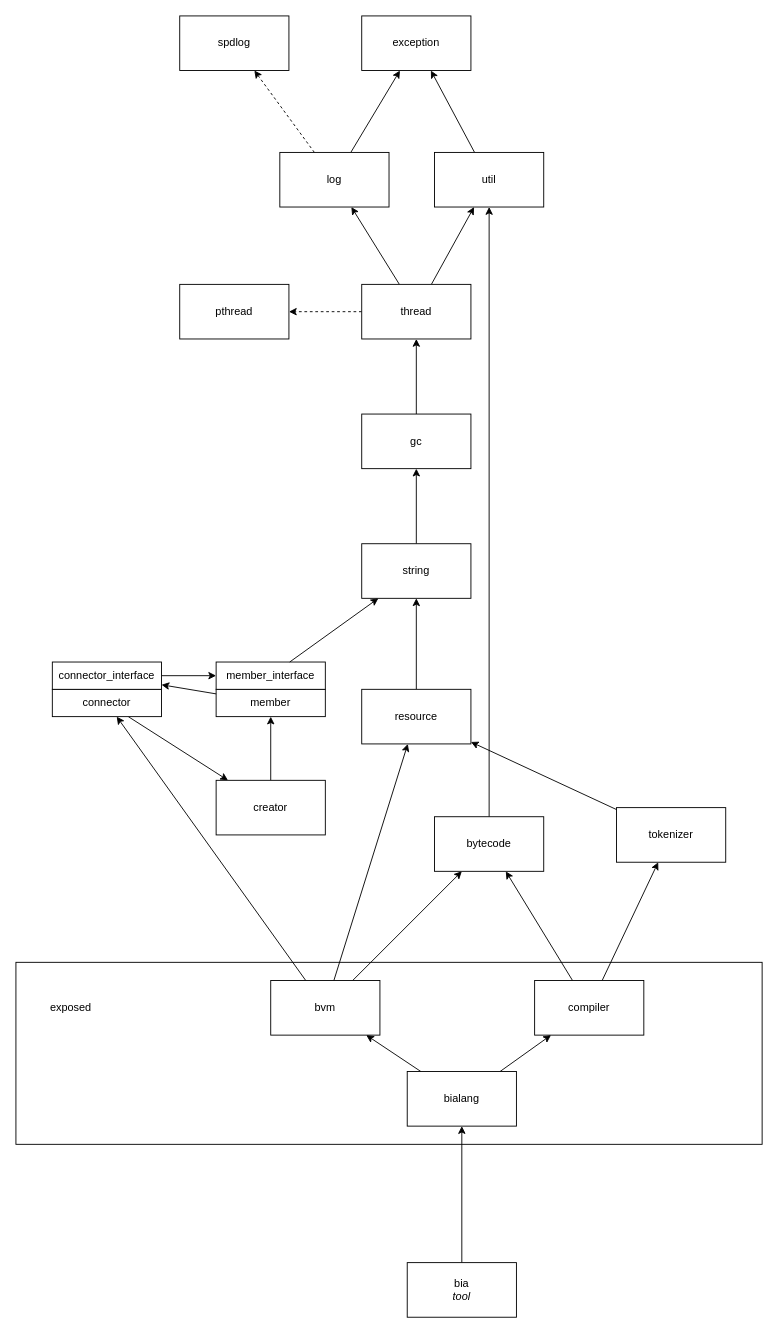
bialang/bia keeps this draw.io diagram as page "Dependencies" (3 of 4) of Components.drawio. Above is the earlier version. Source tidied: cells renumbered, new cells numbered last; positions are measured from the earlier drawing's top-left corner, leaving out a move shared by most shapes. Both pictures are drawn from the tidied source at 91%, with x=0, y=0 at pixel (15, 15).
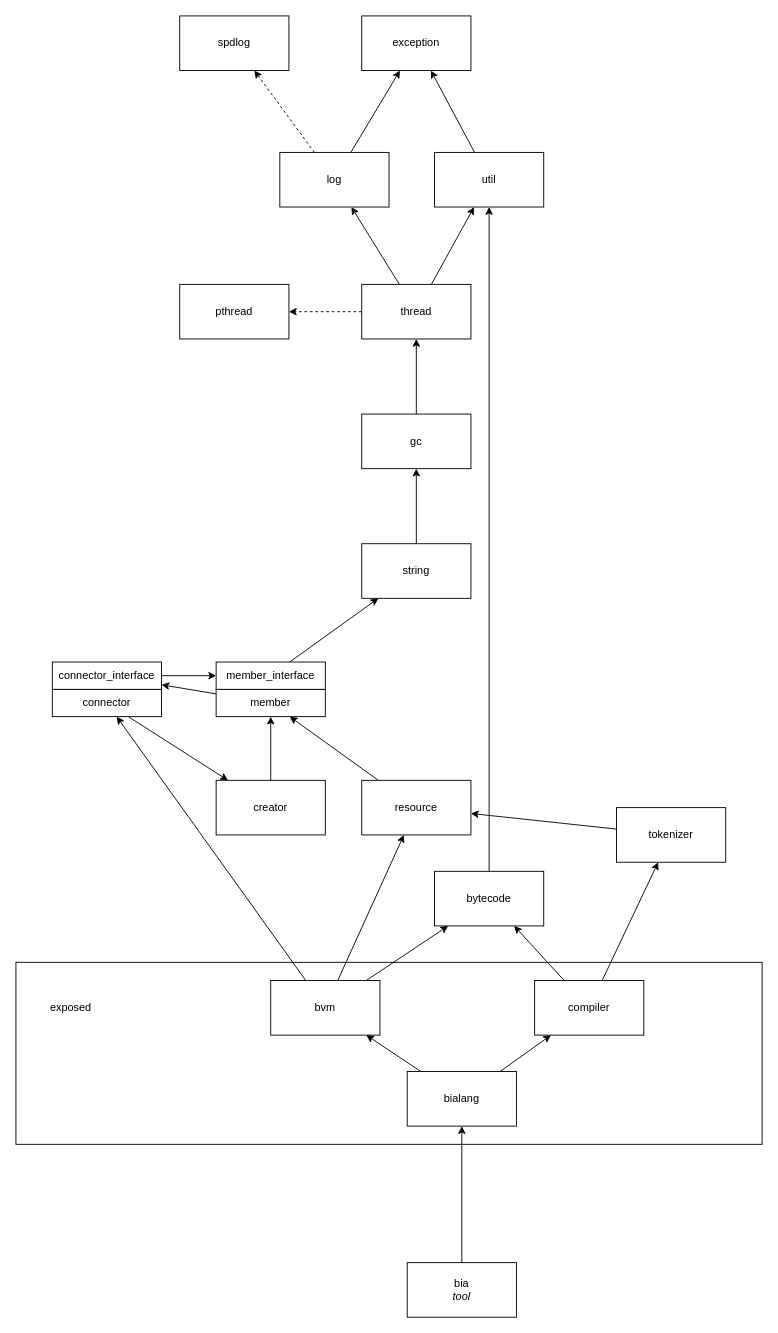
Above is the later version.

Unchanged cells that the change refers to:
```xml
<mxCell id="11" value="string" style="rounded=0;whiteSpace=wrap;html=1;" parent="1" vertex="1">
  <mxGeometry x="380" y="580" width="120" height="60" as="geometry" />
</mxCell>
<mxCell id="28" value="member" style="rounded=0;whiteSpace=wrap;html=1;" parent="27" vertex="1">
  <mxGeometry y="30" width="120" height="30" as="geometry" />
</mxCell>
```

What changed in the source:
```diff
@@
-    <mxCell id="18" style="edgeStyle=none;rounded=0;jettySize=auto;html=1;" parent="1" edge="1" source="19" target="11">
+    <mxCell id="18" style="edgeStyle=none;rounded=0;jettySize=auto;html=1;" parent="1" edge="1" source="19" target="28">
       <mxGeometry relative="1" as="geometry" />
     </mxCell>
     <mxCell id="19" value="resource" style="rounded=0;whiteSpace=wrap;html=1;" parent="1" vertex="1">
-      <mxGeometry x="380" y="740" width="120" height="60" as="geometry" />
+      <mxGeometry x="380" y="840" width="120" height="60" as="geometry" />
     </mxCell>
@@
     <mxCell id="24" value="bytecode" style="rounded=0;whiteSpace=wrap;html=1;" parent="1" vertex="1">
-      <mxGeometry x="460" y="880" width="120" height="60" as="geometry" />
+      <mxGeometry x="460" y="940" width="120" height="60" as="geometry" />
     </mxCell>
```
